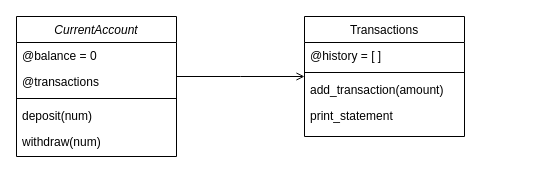
This is Untitled Diagram.drawio from t-kellett/bank-tech-test, a draw.io file, before an edit. Source tidied: cells renumbered, new cells numbered last; positions are measured from the earlier drawing's top-left corner, leaving out a move shared by most shapes. Both pictures are drawn from the tidied source at 100%, with x=0, y=0 at pixel (16, 16).
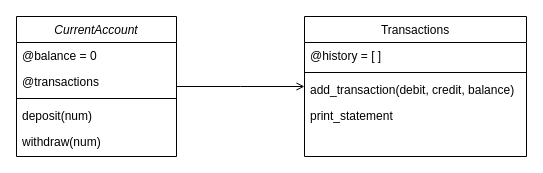
The same page after the edit.

Commit message:
Updating domain model

What changed in the source:
```diff
@@
 <mxGraphModel>
   <root>
     <mxCell id="0" />
     <mxCell id="1" parent="0" />
     <mxCell id="2" value="CurrentAccount" style="swimlane;fontStyle=2;align=center;verticalAlign=top;horizontal=1;startSize=26;rounded=0;shadow=0;strokeWidth=1;" parent="1" vertex="1">
       <mxGeometry width="160" height="140" as="geometry" />
     </mxCell>
     <mxCell id="3" value="@balance = 0" style="text;align=left;verticalAlign=top;spacingLeft=4;spacingRight=4;overflow=hidden;" parent="2" vertex="1">
       <mxGeometry y="26" width="160" height="26" as="geometry" />
     </mxCell>
     <mxCell id="4" value="@transactions" style="text;align=left;verticalAlign=top;spacingLeft=4;spacingRight=4;overflow=hidden;rounded=0;shadow=0;html=0;" parent="2" vertex="1">
       <mxGeometry y="52" width="160" height="26" as="geometry" />
     </mxCell>
     <mxCell id="5" style="line;html=1;strokeWidth=1;align=left;verticalAlign=middle;spacingTop=-1;spacingLeft=3;spacingRight=3;labelPosition=right;" parent="2" vertex="1">
       <mxGeometry y="78" width="160" height="8" as="geometry" />
     </mxCell>
     <mxCell id="6" value="deposit(num)" style="text;align=left;verticalAlign=top;spacingLeft=4;spacingRight=4;overflow=hidden;" parent="2" vertex="1">
       <mxGeometry y="86" width="160" height="26" as="geometry" />
     </mxCell>
     <mxCell id="7" value="withdraw(num)" style="text;align=left;verticalAlign=top;spacingLeft=4;spacingRight=4;overflow=hidden;" parent="2" vertex="1">
       <mxGeometry y="112" width="160" height="26" as="geometry" />
     </mxCell>
     <mxCell id="8" value="Transactions" style="swimlane;fontStyle=0;align=center;verticalAlign=top;horizontal=1;startSize=26;rounded=0;shadow=0;strokeWidth=1;" parent="1" vertex="1">
-      <mxGeometry x="288" width="160" height="120" as="geometry" />
+      <mxGeometry x="288" width="222" height="140" as="geometry" />
     </mxCell>
     <mxCell id="9" value="@history = [ ]" style="text;align=left;verticalAlign=top;spacingLeft=4;spacingRight=4;overflow=hidden;" parent="8" vertex="1">
-      <mxGeometry y="26" width="160" height="26" as="geometry" />
+      <mxGeometry y="26" width="222" height="26" as="geometry" />
     </mxCell>
     <mxCell id="10" style="line;html=1;strokeWidth=1;align=left;verticalAlign=middle;spacingTop=-1;spacingLeft=3;spacingRight=3;labelPosition=right;" parent="8" vertex="1">
-      <mxGeometry y="52" width="160" height="8" as="geometry" />
+      <mxGeometry y="52" width="222" height="8" as="geometry" />
     </mxCell>
-    <mxCell id="11" value="add_transaction(amount)" style="text;align=left;verticalAlign=top;spacingLeft=4;spacingRight=4;overflow=hidden;" parent="8" vertex="1">
-      <mxGeometry y="60" width="160" height="26" as="geometry" />
+    <mxCell id="11" value="add_transaction(debit, credit, balance)" style="text;align=left;verticalAlign=top;spacingLeft=4;spacingRight=4;overflow=hidden;" parent="8" vertex="1">
+      <mxGeometry y="60" width="222" height="26" as="geometry" />
     </mxCell>
     <mxCell id="12" value="print_statement" style="text;align=left;verticalAlign=top;spacingLeft=4;spacingRight=4;overflow=hidden;" parent="8" vertex="1">
-      <mxGeometry y="86" width="160" height="26" as="geometry" />
+      <mxGeometry y="86" width="222" height="26" as="geometry" />
     </mxCell>
     <mxCell id="13" style="endArrow=open;shadow=0;strokeWidth=1;rounded=0;endFill=1;edgeStyle=elbowEdgeStyle;elbow=vertical;" parent="1" edge="1" source="2" target="8">
       <mxGeometry x="0.5" y="41" relative="1" as="geometry">
         <mxPoint x="-40" y="32" as="offset" />
       </mxGeometry>
     </mxCell>
   </root>
 </mxGraphModel>
```
